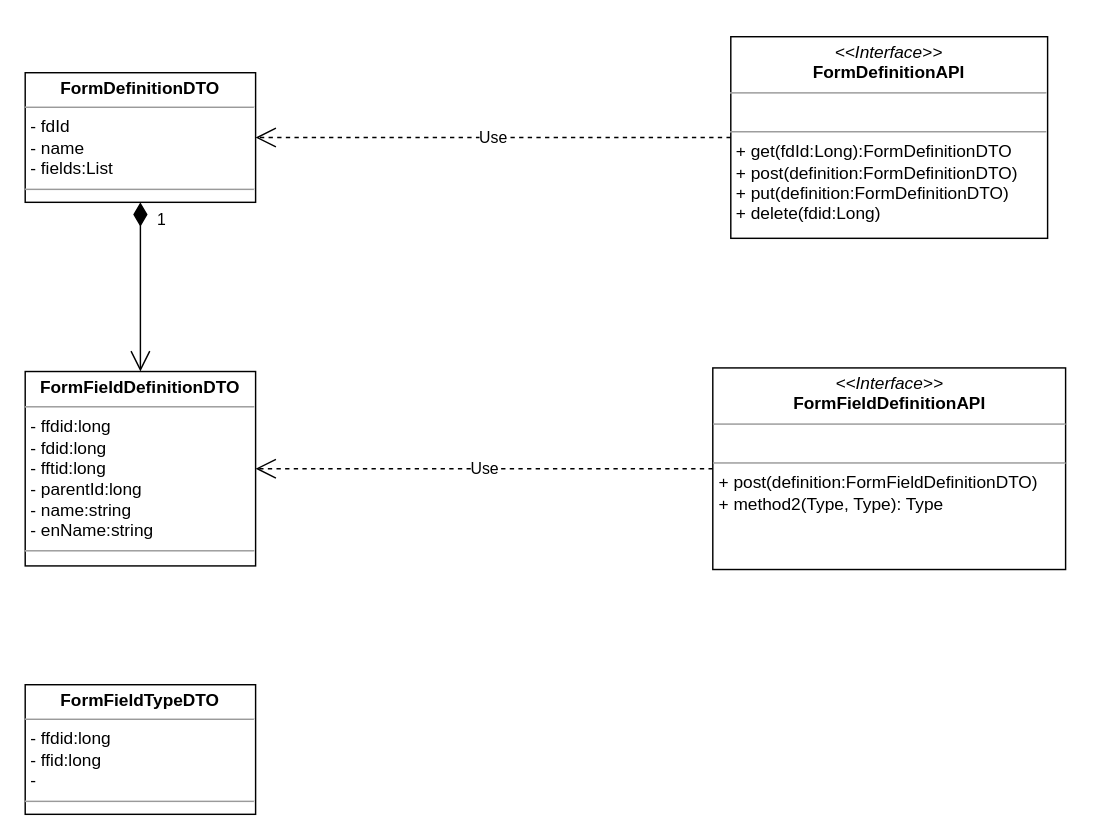
The draw.io diagram Untitled Diagram.drawio in qianlixy/develop-manage-standard, before the edit. Source tidied: cells renumbered, new cells numbered last; positions are measured from the earlier drawing's top-left corner, leaving out a move shared by most shapes. Both pictures are drawn from the tidied source at 144%, with x=0, y=0 at pixel (24, 36).
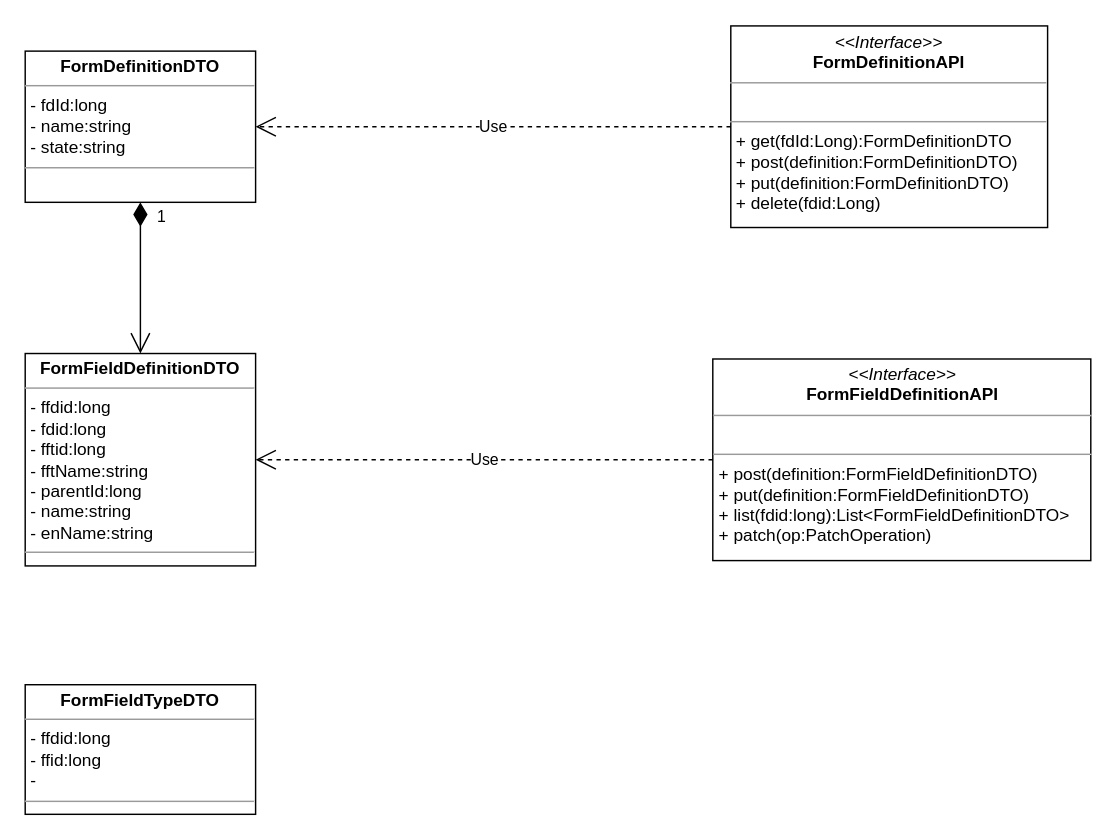
Above is the later version.

Diff of the diagram source:
```diff
@@
 <mxGraphModel>
   <root>
     <mxCell id="0" />
     <mxCell id="1" parent="0" />
     <mxCell id="2" value="&lt;p style=&quot;margin: 0px ; margin-top: 4px ; text-align: center&quot;&gt;&lt;i&gt;&amp;lt;&amp;lt;Interface&amp;gt;&amp;gt;&lt;/i&gt;&lt;br&gt;&lt;b&gt;FormDefinitionAPI&lt;/b&gt;&lt;br&gt;&lt;/p&gt;&lt;hr size=&quot;1&quot;&gt;&lt;p style=&quot;margin: 0px ; margin-left: 4px&quot;&gt;&lt;br&gt;&lt;/p&gt;&lt;hr size=&quot;1&quot;&gt;&lt;p style=&quot;margin: 0px ; margin-left: 4px&quot;&gt;+ get(fdId:Long):FormDefinitionDTO&lt;/p&gt;&lt;p style=&quot;margin: 0px ; margin-left: 4px&quot;&gt;+ post(definition:FormDefinitionDTO)&lt;/p&gt;&lt;p style=&quot;margin: 0px ; margin-left: 4px&quot;&gt;+ put(definition:FormDefinitionDTO)&lt;br&gt;&lt;/p&gt;&lt;p style=&quot;margin: 0px ; margin-left: 4px&quot;&gt;+ delete(fdid:Long)&lt;br&gt;&lt;/p&gt;" style="verticalAlign=top;align=left;overflow=fill;fontSize=12;fontFamily=Helvetica;html=1;" parent="1" vertex="1">
-      <mxGeometry x="490" width="220" height="140" as="geometry" />
+      <mxGeometry x="490" y="-7.5" width="220" height="140" as="geometry" />
     </mxCell>
-    <mxCell id="3" value="&lt;p style=&quot;margin: 0px ; margin-top: 4px ; text-align: center&quot;&gt;&lt;b&gt;FormDefinitionDTO&lt;/b&gt;&lt;/p&gt;&lt;hr size=&quot;1&quot;&gt;&lt;p style=&quot;margin: 0px ; margin-left: 4px&quot;&gt;- fdId&lt;/p&gt;&lt;p style=&quot;margin: 0px ; margin-left: 4px&quot;&gt;- name&lt;/p&gt;&lt;p style=&quot;margin: 0px ; margin-left: 4px&quot;&gt;- fields:List&lt;/p&gt;&lt;hr size=&quot;1&quot;&gt;&lt;p style=&quot;margin: 0px ; margin-left: 4px&quot;&gt;&lt;br&gt;&lt;/p&gt;" style="verticalAlign=top;align=left;overflow=fill;fontSize=12;fontFamily=Helvetica;html=1;gradientColor=none;" parent="1" vertex="1">
-      <mxGeometry y="25" width="160" height="90" as="geometry" />
+    <mxCell id="3" value="&lt;p style=&quot;margin: 0px ; margin-top: 4px ; text-align: center&quot;&gt;&lt;b&gt;FormDefinitionDTO&lt;/b&gt;&lt;/p&gt;&lt;hr size=&quot;1&quot;&gt;&lt;p style=&quot;margin: 0px ; margin-left: 4px&quot;&gt;- fdId:long&lt;/p&gt;&lt;p style=&quot;margin: 0px ; margin-left: 4px&quot;&gt;- name:string&lt;/p&gt;&lt;p style=&quot;margin: 0px ; margin-left: 4px&quot;&gt;- state:string&lt;br&gt;&lt;/p&gt;&lt;hr size=&quot;1&quot;&gt;&lt;p style=&quot;margin: 0px ; margin-left: 4px&quot;&gt;&lt;br&gt;&lt;/p&gt;" style="verticalAlign=top;align=left;overflow=fill;fontSize=12;fontFamily=Helvetica;html=1;gradientColor=none;" parent="1" vertex="1">
+      <mxGeometry y="10" width="160" height="105" as="geometry" />
     </mxCell>
     <mxCell id="4" value="Use" style="endArrow=open;endSize=12;dashed=1;html=1;exitX=0;exitY=0.5;exitDx=0;exitDy=0;entryX=1;entryY=0.5;entryDx=0;entryDy=0;" parent="1" edge="1" source="2" target="3">
       <mxGeometry relative="1" as="geometry" />
     </mxCell>
-    <mxCell id="5" value="&lt;p style=&quot;margin: 0px ; margin-top: 4px ; text-align: center&quot;&gt;&lt;b&gt;FormFieldDefinitionDTO&lt;/b&gt;&lt;/p&gt;&lt;hr size=&quot;1&quot;&gt;&lt;p style=&quot;margin: 0px ; margin-left: 4px&quot;&gt;- ffdid:long&lt;/p&gt;&lt;p style=&quot;margin: 0px ; margin-left: 4px&quot;&gt;- fdid:long&lt;/p&gt;&lt;p style=&quot;margin: 0px ; margin-left: 4px&quot;&gt;- fftid:long&lt;/p&gt;&lt;p style=&quot;margin: 0px ; margin-left: 4px&quot;&gt;- parentId:long&lt;/p&gt;&lt;p style=&quot;margin: 0px ; margin-left: 4px&quot;&gt;- name:string&lt;/p&gt;&lt;p style=&quot;margin: 0px ; margin-left: 4px&quot;&gt;- enName:string&lt;/p&gt;&lt;hr size=&quot;1&quot;&gt;&lt;p style=&quot;margin: 0px ; margin-left: 4px&quot;&gt;&lt;br&gt;&lt;/p&gt;" style="verticalAlign=top;align=left;overflow=fill;fontSize=12;fontFamily=Helvetica;html=1;gradientColor=none;" parent="1" vertex="1">
-      <mxGeometry y="232.5" width="160" height="135" as="geometry" />
+    <mxCell id="5" value="&lt;p style=&quot;margin: 0px ; margin-top: 4px ; text-align: center&quot;&gt;&lt;b&gt;FormFieldDefinitionDTO&lt;/b&gt;&lt;/p&gt;&lt;hr size=&quot;1&quot;&gt;&lt;p style=&quot;margin: 0px ; margin-left: 4px&quot;&gt;- ffdid:long&lt;/p&gt;&lt;p style=&quot;margin: 0px ; margin-left: 4px&quot;&gt;- fdid:long&lt;/p&gt;&lt;p style=&quot;margin: 0px ; margin-left: 4px&quot;&gt;- fftid:long&lt;/p&gt;&lt;p style=&quot;margin: 0px ; margin-left: 4px&quot;&gt;- fftName:string&lt;/p&gt;&lt;p style=&quot;margin: 0px ; margin-left: 4px&quot;&gt;- parentId:long&lt;/p&gt;&lt;p style=&quot;margin: 0px ; margin-left: 4px&quot;&gt;- name:string&lt;/p&gt;&lt;p style=&quot;margin: 0px ; margin-left: 4px&quot;&gt;- enName:string&lt;/p&gt;&lt;hr size=&quot;1&quot;&gt;&lt;p style=&quot;margin: 0px ; margin-left: 4px&quot;&gt;&lt;br&gt;&lt;/p&gt;" style="verticalAlign=top;align=left;overflow=fill;fontSize=12;fontFamily=Helvetica;html=1;gradientColor=none;" parent="1" vertex="1">
+      <mxGeometry y="220" width="160" height="147.5" as="geometry" />
     </mxCell>
-    <mxCell id="6" value="&lt;p style=&quot;margin: 0px ; margin-top: 4px ; text-align: center&quot;&gt;&lt;i&gt;&amp;lt;&amp;lt;Interface&amp;gt;&amp;gt;&lt;/i&gt;&lt;br&gt;&lt;b&gt;FormFieldDefinitionAPI&lt;/b&gt;&lt;br&gt;&lt;/p&gt;&lt;hr size=&quot;1&quot;&gt;&lt;p style=&quot;margin: 0px ; margin-left: 4px&quot;&gt;&lt;br&gt;&lt;/p&gt;&lt;hr size=&quot;1&quot;&gt;&lt;p style=&quot;margin: 0px ; margin-left: 4px&quot;&gt;+ post(definition:FormFieldDefinitionDTO)&lt;br&gt;+ method2(Type, Type): Type&lt;/p&gt;" style="verticalAlign=top;align=left;overflow=fill;fontSize=12;fontFamily=Helvetica;html=1;gradientColor=none;" parent="1" vertex="1">
-      <mxGeometry x="477.5" y="230" width="245" height="140" as="geometry" />
+    <mxCell id="6" value="&lt;p style=&quot;margin: 0px ; margin-top: 4px ; text-align: center&quot;&gt;&lt;i&gt;&amp;lt;&amp;lt;Interface&amp;gt;&amp;gt;&lt;/i&gt;&lt;br&gt;&lt;b&gt;FormFieldDefinitionAPI&lt;/b&gt;&lt;br&gt;&lt;/p&gt;&lt;hr size=&quot;1&quot;&gt;&lt;p style=&quot;margin: 0px ; margin-left: 4px&quot;&gt;&lt;br&gt;&lt;/p&gt;&lt;hr size=&quot;1&quot;&gt;&lt;p style=&quot;margin: 0px ; margin-left: 4px&quot;&gt;+ post(definition:FormFieldDefinitionDTO)&lt;br&gt;+ put(definition:FormFieldDefinitionDTO)&lt;/p&gt;&lt;p style=&quot;margin: 0px ; margin-left: 4px&quot;&gt;+ list(fdid:long):List&amp;lt;FormFieldDefinitionDTO&amp;gt;&lt;/p&gt;&lt;p style=&quot;margin: 0px ; margin-left: 4px&quot;&gt;+ patch(op:PatchOperation)&lt;/p&gt;" style="verticalAlign=top;align=left;overflow=fill;fontSize=12;fontFamily=Helvetica;html=1;gradientColor=none;" parent="1" vertex="1">
+      <mxGeometry x="477.5" y="223.8" width="262.5" height="140" as="geometry" />
     </mxCell>
     <mxCell id="7" value="Use" style="endArrow=open;endSize=12;dashed=1;html=1;exitX=0;exitY=0.5;exitDx=0;exitDy=0;entryX=1;entryY=0.5;entryDx=0;entryDy=0;" parent="1" edge="1" source="6" target="5">
       <mxGeometry relative="1" as="geometry" />
     </mxCell>
     <mxCell id="8" value="1" style="endArrow=open;html=1;endSize=12;startArrow=diamondThin;startSize=14;startFill=1;edgeStyle=orthogonalEdgeStyle;align=left;verticalAlign=bottom;exitX=0.5;exitY=1;exitDx=0;exitDy=0;entryX=0.5;entryY=0;entryDx=0;entryDy=0;" parent="1" edge="1" source="3" target="5">
       <mxGeometry x="-0.64" y="10" relative="1" as="geometry" />
     </mxCell>
     <mxCell id="9" value="&lt;p style=&quot;margin: 0px ; margin-top: 4px ; text-align: center&quot;&gt;&lt;b&gt;FormFieldTypeDTO&lt;/b&gt;&lt;/p&gt;&lt;hr size=&quot;1&quot;&gt;&lt;p style=&quot;margin: 0px ; margin-left: 4px&quot;&gt;- ffdid:long&lt;/p&gt;&lt;p style=&quot;margin: 0px ; margin-left: 4px&quot;&gt;- ffid:long&lt;/p&gt;&lt;p style=&quot;margin: 0px ; margin-left: 4px&quot;&gt;-&amp;nbsp;&lt;/p&gt;&lt;hr size=&quot;1&quot;&gt;&lt;p style=&quot;margin: 0px ; margin-left: 4px&quot;&gt;&lt;br&gt;&lt;/p&gt;" style="verticalAlign=top;align=left;overflow=fill;fontSize=12;fontFamily=Helvetica;html=1;gradientColor=none;" parent="1" vertex="1">
       <mxGeometry y="450" width="160" height="90" as="geometry" />
     </mxCell>
   </root>
 </mxGraphModel>
```
